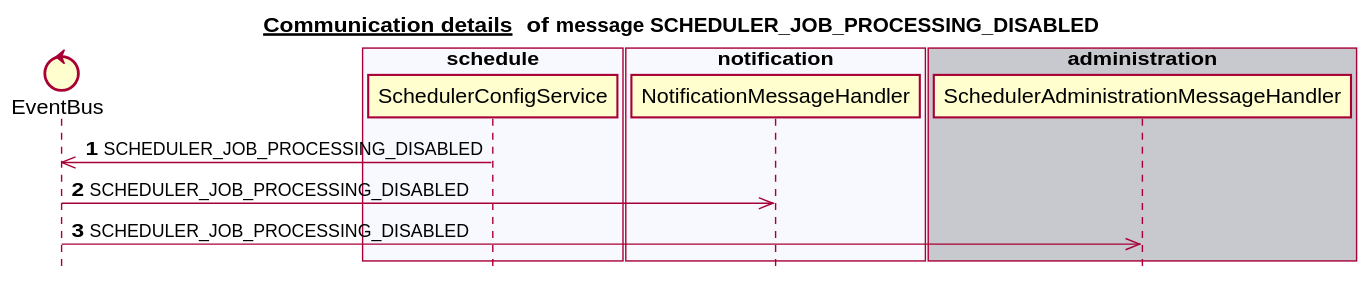
Above: docs/latest/images/gen_domain_messaging_scheduler_job_processing_disabled.svg in mercedes-benz/sechub (PlantUML), before the change. The source it was exported from:
```plantuml
@startuml


title __Communication details __ of **message SCHEDULER_JOB_PROCESSING_DISABLED**
skinparam style strictuml


control EventBus
box "scan" #C8C8CF
end box
box "schedule" #F8F8FF
   participant SchedulerConfigService
end box
box "authorization" #C8C8CF
end box
box "notification" #F8F8FF
   participant NotificationMessageHandler
end box
box "administration" #C8C8CF
   participant SchedulerAdministrationMessageHandler
end box
autonumber 1
SchedulerConfigService ->> EventBus:SCHEDULER_JOB_PROCESSING_DISABLED
EventBus ->> NotificationMessageHandler:SCHEDULER_JOB_PROCESSING_DISABLED
EventBus ->> SchedulerAdministrationMessageHandler:SCHEDULER_JOB_PROCESSING_DISABLED
autonumber stop


@enduml
```
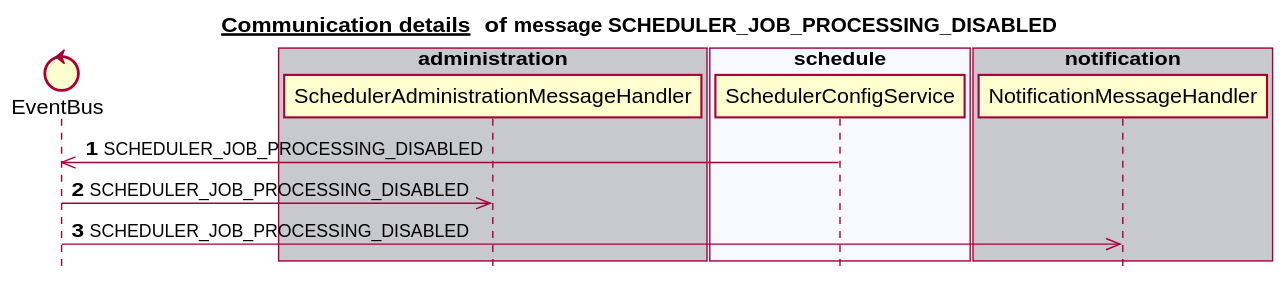
After the change.

The edit, as a diff of the source:
```diff
@@ -6,23 +6,23 @@
 
 
 control EventBus
-box "scan" #C8C8CF
+box "authorization" #C8C8CF
+end box
+box "scan" #F8F8FF
+end box
+box "administration" #C8C8CF
+   participant SchedulerAdministrationMessageHandler
 end box
 box "schedule" #F8F8FF
    participant SchedulerConfigService
 end box
-box "authorization" #C8C8CF
-end box
-box "notification" #F8F8FF
+box "notification" #C8C8CF
    participant NotificationMessageHandler
-end box
-box "administration" #C8C8CF
-   participant SchedulerAdministrationMessageHandler
 end box
 autonumber 1
 SchedulerConfigService ->> EventBus:SCHEDULER_JOB_PROCESSING_DISABLED
+EventBus ->> SchedulerAdministrationMessageHandler:SCHEDULER_JOB_PROCESSING_DISABLED
 EventBus ->> NotificationMessageHandler:SCHEDULER_JOB_PROCESSING_DISABLED
-EventBus ->> SchedulerAdministrationMessageHandler:SCHEDULER_JOB_PROCESSING_DISABLED
 autonumber stop
 
 
```
